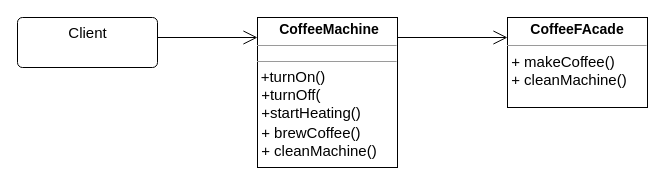
The draw.io diagram structural/facade/facade.drawio in MaksShadows/Patterns, before the edit. Source tidied: cells renumbered, new cells numbered last; positions are measured from the earlier drawing's top-left corner, leaving out a move shared by most shapes. Both pictures are drawn from the tidied source at 100%, with x=0, y=0 at pixel (17, 17).
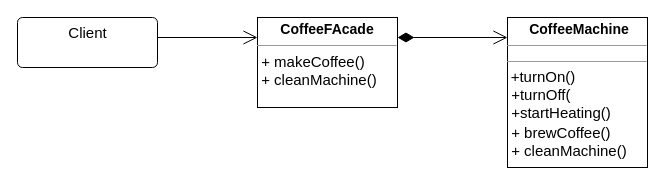
After the change.

Diff of the diagram source:
```diff
@@
 <mxGraphModel>
   <root>
     <mxCell id="0" />
     <mxCell id="1" parent="0" />
     <mxCell id="2" value="&lt;font style=&quot;font-size: 15px&quot;&gt;Client&lt;/font&gt;" style="html=1;align=center;verticalAlign=top;rounded=1;absoluteArcSize=1;arcSize=10;dashed=0;" parent="1" vertex="1">
       <mxGeometry width="140" height="50" as="geometry" />
     </mxCell>
     <mxCell id="3" value="&lt;p style=&quot;margin: 4px 0px 0px ; text-align: center ; font-size: 14px&quot;&gt;&lt;b&gt;&lt;font style=&quot;font-size: 14px&quot;&gt;CoffeeFAcade&lt;/font&gt;&lt;/b&gt;&lt;/p&gt;&lt;hr size=&quot;1&quot; style=&quot;font-size: 14px&quot;&gt;&lt;div style=&quot;height: 2px&quot;&gt;&lt;font style=&quot;font-size: 15px&quot;&gt;&amp;nbsp;+ makeCoffee()&lt;/font&gt;&lt;/div&gt;&lt;div style=&quot;height: 2px&quot;&gt;&lt;font style=&quot;font-size: 15px&quot;&gt;&lt;br&gt;&lt;/font&gt;&lt;/div&gt;&lt;div style=&quot;height: 2px&quot;&gt;&lt;font style=&quot;font-size: 15px&quot;&gt;&lt;br&gt;&lt;/font&gt;&lt;/div&gt;&lt;div style=&quot;height: 2px&quot;&gt;&lt;font style=&quot;font-size: 15px&quot;&gt;&lt;br&gt;&lt;/font&gt;&lt;/div&gt;&lt;div style=&quot;height: 2px&quot;&gt;&lt;font style=&quot;font-size: 15px&quot;&gt;&lt;br&gt;&lt;/font&gt;&lt;/div&gt;&lt;div style=&quot;height: 2px&quot;&gt;&lt;font style=&quot;font-size: 15px&quot;&gt;&lt;br&gt;&lt;/font&gt;&lt;/div&gt;&lt;div style=&quot;height: 2px&quot;&gt;&lt;font style=&quot;font-size: 15px&quot;&gt;&lt;br&gt;&lt;/font&gt;&lt;/div&gt;&lt;div style=&quot;height: 2px&quot;&gt;&lt;font style=&quot;font-size: 15px&quot;&gt;&lt;br&gt;&lt;/font&gt;&lt;/div&gt;&lt;div style=&quot;height: 2px&quot;&gt;&lt;font style=&quot;font-size: 15px&quot;&gt;&lt;br&gt;&lt;/font&gt;&lt;/div&gt;&lt;div style=&quot;height: 2px&quot;&gt;&lt;font style=&quot;font-size: 15px&quot;&gt;&amp;nbsp;+ cleanMachine()&lt;/font&gt;&lt;/div&gt;" style="verticalAlign=top;align=left;overflow=fill;fontSize=12;fontFamily=Helvetica;html=1;" parent="1" vertex="1">
-      <mxGeometry x="490" width="140" height="90" as="geometry" />
+      <mxGeometry x="240" width="140" height="90" as="geometry" />
     </mxCell>
-    <mxCell id="4" style="endArrow=open;endFill=1;endSize=12;html=1;" parent="1" edge="1">
-      <mxGeometry relative="1" as="geometry">
-        <mxPoint x="380" y="20" as="sourcePoint" />
-        <mxPoint x="490" y="20" as="targetPoint" />
-      </mxGeometry>
-    </mxCell>
     <mxCell id="5" value="&lt;p style=&quot;margin: 4px 0px 0px ; text-align: center ; font-size: 14px&quot;&gt;&lt;font style=&quot;font-size: 14px&quot;&gt;&lt;b&gt;&amp;nbsp;CoffeeMachine&lt;/b&gt;&lt;br&gt;&lt;/font&gt;&lt;/p&gt;&lt;hr size=&quot;1&quot; style=&quot;font-size: 14px&quot;&gt;&lt;div style=&quot;height: 2px&quot;&gt;&lt;/div&gt;&lt;hr size=&quot;1&quot;&gt;&lt;div style=&quot;height: 2px ; font-size: 15px&quot;&gt;&lt;span style=&quot;font-size: 13px&quot;&gt;&amp;nbsp;&lt;/span&gt;&lt;font style=&quot;font-size: 15px&quot;&gt;+turnOn()&lt;/font&gt;&lt;/div&gt;&lt;div style=&quot;height: 2px ; font-size: 15px&quot;&gt;&lt;font style=&quot;font-size: 15px&quot;&gt;&lt;br&gt;&lt;/font&gt;&lt;/div&gt;&lt;div style=&quot;height: 2px ; font-size: 15px&quot;&gt;&lt;font style=&quot;font-size: 15px&quot;&gt;&lt;br&gt;&lt;/font&gt;&lt;/div&gt;&lt;div style=&quot;height: 2px ; font-size: 15px&quot;&gt;&lt;font style=&quot;font-size: 15px&quot;&gt;&lt;br&gt;&lt;/font&gt;&lt;/div&gt;&lt;div style=&quot;height: 2px ; font-size: 15px&quot;&gt;&lt;font style=&quot;font-size: 15px&quot;&gt;&lt;br&gt;&lt;/font&gt;&lt;/div&gt;&lt;div style=&quot;height: 2px ; font-size: 15px&quot;&gt;&lt;font style=&quot;font-size: 15px&quot;&gt;&lt;br&gt;&lt;/font&gt;&lt;/div&gt;&lt;div style=&quot;height: 2px ; font-size: 15px&quot;&gt;&lt;font style=&quot;font-size: 15px&quot;&gt;&lt;br&gt;&lt;/font&gt;&lt;/div&gt;&lt;div style=&quot;height: 2px ; font-size: 15px&quot;&gt;&lt;font style=&quot;font-size: 15px&quot;&gt;&lt;br&gt;&lt;/font&gt;&lt;/div&gt;&lt;div style=&quot;height: 2px ; font-size: 15px&quot;&gt;&lt;font style=&quot;font-size: 15px&quot;&gt;&lt;br&gt;&lt;/font&gt;&lt;/div&gt;&lt;div style=&quot;height: 2px ; font-size: 15px&quot;&gt;&lt;font style=&quot;font-size: 15px&quot;&gt;&amp;nbsp;+turnOff(&lt;/font&gt;&lt;/div&gt;&lt;div style=&quot;height: 2px ; font-size: 15px&quot;&gt;&lt;font style=&quot;font-size: 15px&quot;&gt;&lt;br&gt;&lt;/font&gt;&lt;/div&gt;&lt;div style=&quot;height: 2px ; font-size: 15px&quot;&gt;&lt;font style=&quot;font-size: 15px&quot;&gt;&lt;br&gt;&lt;/font&gt;&lt;/div&gt;&lt;div style=&quot;height: 2px ; font-size: 15px&quot;&gt;&lt;font style=&quot;font-size: 15px&quot;&gt;&lt;br&gt;&lt;/font&gt;&lt;/div&gt;&lt;div style=&quot;height: 2px ; font-size: 15px&quot;&gt;&lt;font style=&quot;font-size: 15px&quot;&gt;&lt;br&gt;&lt;/font&gt;&lt;/div&gt;&lt;div style=&quot;height: 2px ; font-size: 15px&quot;&gt;&lt;font style=&quot;font-size: 15px&quot;&gt;&lt;br&gt;&lt;/font&gt;&lt;/div&gt;&lt;div style=&quot;height: 2px ; font-size: 15px&quot;&gt;&lt;br&gt;&lt;/div&gt;&lt;div style=&quot;height: 2px ; font-size: 15px&quot;&gt;&lt;font style=&quot;font-size: 15px&quot;&gt;&lt;br&gt;&lt;/font&gt;&lt;/div&gt;&lt;div style=&quot;height: 2px ; font-size: 15px&quot;&gt;&lt;font style=&quot;font-size: 15px&quot;&gt;&lt;br&gt;&lt;/font&gt;&lt;/div&gt;&lt;div style=&quot;height: 2px ; font-size: 15px&quot;&gt;&lt;font style=&quot;font-size: 15px&quot;&gt;&amp;nbsp;+startHeating()&lt;/font&gt;&lt;/div&gt;&lt;div style=&quot;height: 2px ; font-size: 15px&quot;&gt;&lt;font style=&quot;font-size: 15px&quot;&gt;&lt;br&gt;&lt;/font&gt;&lt;/div&gt;&lt;div style=&quot;height: 2px ; font-size: 15px&quot;&gt;&lt;font style=&quot;font-size: 15px&quot;&gt;&lt;br&gt;&lt;/font&gt;&lt;/div&gt;&lt;div style=&quot;height: 2px ; font-size: 15px&quot;&gt;&lt;font style=&quot;font-size: 15px&quot;&gt;&lt;br&gt;&lt;/font&gt;&lt;/div&gt;&lt;div style=&quot;height: 2px ; font-size: 15px&quot;&gt;&lt;font style=&quot;font-size: 15px&quot;&gt;&lt;br&gt;&lt;/font&gt;&lt;/div&gt;&lt;div style=&quot;height: 2px ; font-size: 15px&quot;&gt;&lt;font style=&quot;font-size: 15px&quot;&gt;&lt;br&gt;&lt;/font&gt;&lt;/div&gt;&lt;div style=&quot;height: 2px ; font-size: 15px&quot;&gt;&lt;font style=&quot;font-size: 15px&quot;&gt;&lt;br&gt;&lt;/font&gt;&lt;/div&gt;&lt;div style=&quot;height: 2px ; font-size: 15px&quot;&gt;&lt;font style=&quot;font-size: 15px&quot;&gt;&lt;br&gt;&lt;/font&gt;&lt;/div&gt;&lt;div style=&quot;height: 2px ; font-size: 15px&quot;&gt;&lt;font style=&quot;font-size: 15px&quot;&gt;&lt;br&gt;&lt;/font&gt;&lt;/div&gt;&lt;div style=&quot;height: 2px ; font-size: 15px&quot;&gt;&lt;font style=&quot;font-size: 15px&quot;&gt;&lt;br&gt;&lt;/font&gt;&lt;/div&gt;&lt;div style=&quot;height: 2px ; font-size: 15px&quot;&gt;&lt;span&gt;&amp;nbsp;+&amp;nbsp;brewCoffee()&lt;/span&gt;&lt;/div&gt;&lt;div style=&quot;height: 2px ; font-size: 15px&quot;&gt;&lt;font style=&quot;font-size: 15px&quot;&gt;&lt;br&gt;&lt;/font&gt;&lt;/div&gt;&lt;div style=&quot;height: 2px ; font-size: 15px&quot;&gt;&lt;font style=&quot;font-size: 15px&quot;&gt;&lt;br&gt;&lt;/font&gt;&lt;/div&gt;&lt;div style=&quot;height: 2px ; font-size: 15px&quot;&gt;&lt;font style=&quot;font-size: 15px&quot;&gt;&lt;br&gt;&lt;/font&gt;&lt;/div&gt;&lt;div style=&quot;height: 2px ; font-size: 15px&quot;&gt;&lt;font style=&quot;font-size: 15px&quot;&gt;&lt;br&gt;&lt;/font&gt;&lt;/div&gt;&lt;div style=&quot;height: 2px ; font-size: 15px&quot;&gt;&lt;font style=&quot;font-size: 15px&quot;&gt;&lt;br&gt;&lt;/font&gt;&lt;/div&gt;&lt;div style=&quot;height: 2px ; font-size: 15px&quot;&gt;&lt;font style=&quot;font-size: 15px&quot;&gt;&lt;br&gt;&lt;/font&gt;&lt;/div&gt;&lt;div style=&quot;height: 2px ; font-size: 15px&quot;&gt;&lt;font style=&quot;font-size: 15px&quot;&gt;&lt;br&gt;&lt;/font&gt;&lt;/div&gt;&lt;div style=&quot;height: 2px ; font-size: 15px&quot;&gt;&lt;font style=&quot;font-size: 15px&quot;&gt;&lt;br&gt;&lt;/font&gt;&lt;/div&gt;&lt;div style=&quot;height: 2px ; font-size: 15px&quot;&gt;&lt;font style=&quot;font-size: 15px&quot;&gt;&amp;nbsp;+&amp;nbsp;cleanMachine()&lt;/font&gt;&lt;/div&gt;" style="verticalAlign=top;align=left;overflow=fill;fontSize=12;fontFamily=Helvetica;html=1;" parent="1" vertex="1">
-      <mxGeometry x="240" width="140" height="150" as="geometry" />
+      <mxGeometry x="490" width="140" height="150" as="geometry" />
     </mxCell>
     <mxCell id="6" style="endArrow=open;endFill=1;endSize=12;html=1;" parent="1" edge="1">
       <mxGeometry relative="1" as="geometry">
         <mxPoint x="140" y="20" as="sourcePoint" />
         <mxPoint x="240" y="20" as="targetPoint" />
       </mxGeometry>
     </mxCell>
+    <mxCell id="7" style="endArrow=open;html=1;endSize=12;startArrow=diamondThin;startSize=14;startFill=1;edgeStyle=orthogonalEdgeStyle;align=left;verticalAlign=bottom;" parent="1" edge="1">
+      <mxGeometry x="-0.25" y="60" relative="1" as="geometry">
+        <mxPoint x="380" y="20" as="sourcePoint" />
+        <mxPoint x="490" y="20" as="targetPoint" />
+      </mxGeometry>
+    </mxCell>
   </root>
 </mxGraphModel>
```
